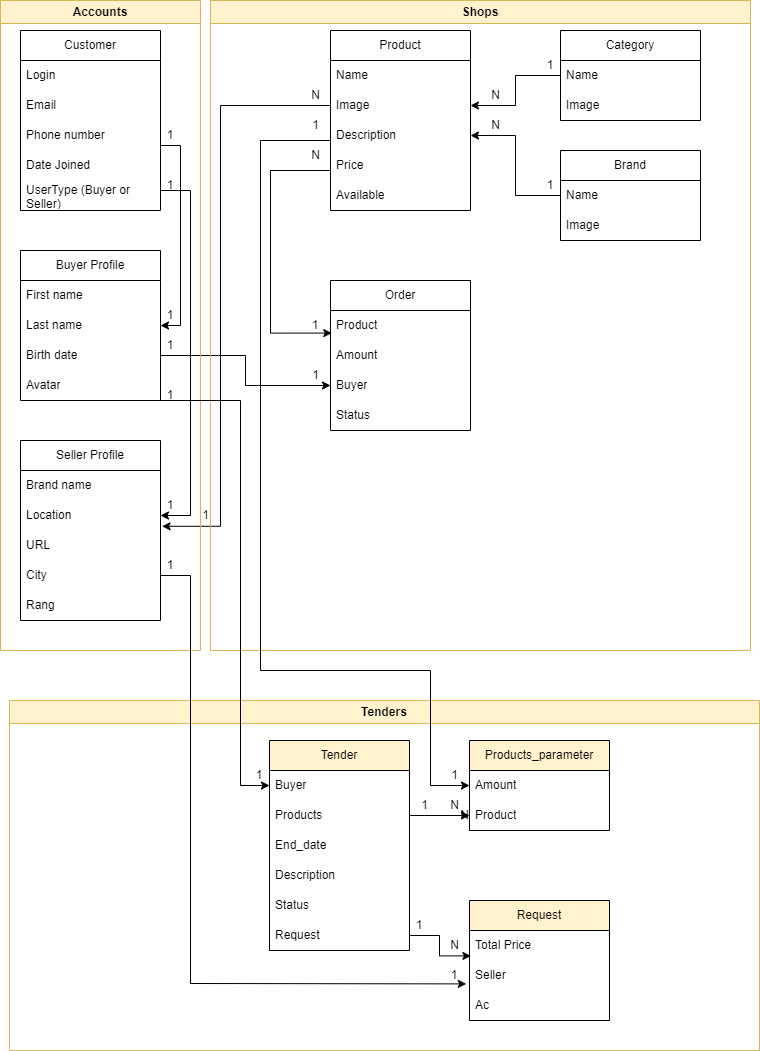
Above: docs/DataBaseGraph.drawio.png in pnakongit/MyMarket (draw.io), before the change. Source tidied: cells renumbered, new cells last; positions are measured from the earlier drawing's top-left corner, leaving out a move shared by most shapes.
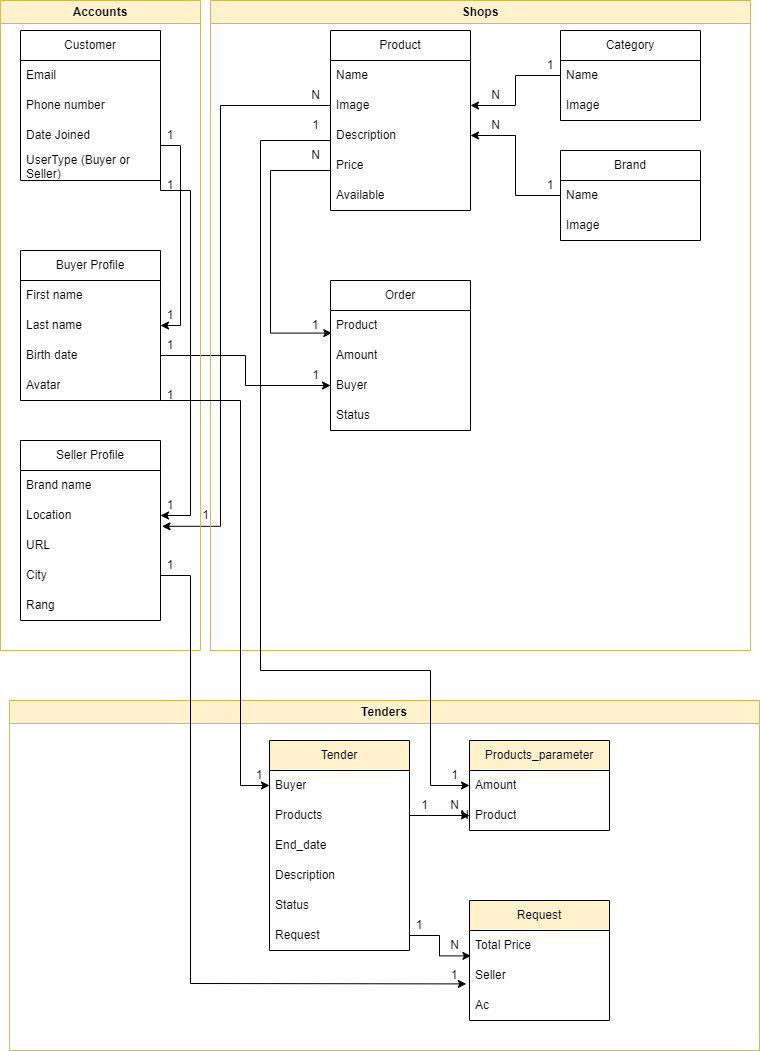
The same file after the commit.

Diff of the diagram source:
```diff
@@ -11,22 +11,19 @@
       </mxGeometry>
     </mxCell>
     <mxCell id="3" value="Customer" style="swimlane;fontStyle=0;horizontal=1;startSize=30;whiteSpace=wrap;html=1;" parent="1" vertex="1">
-      <mxGeometry x="20" y="30" width="140" height="180" as="geometry" />
+      <mxGeometry x="20" y="30" width="140" height="150" as="geometry" />
     </mxCell>
-    <mxCell id="4" value="Login&lt;br&gt;" style="text;strokeColor=none;fillColor=none;align=left;verticalAlign=middle;spacingLeft=4;spacingRight=4;overflow=hidden;whiteSpace=wrap;html=1;" parent="3" vertex="1">
-      <mxGeometry y="30" width="140" height="30" as="geometry" />
-    </mxCell>
     <mxCell id="5" value="Email" style="text;strokeColor=none;fillColor=none;align=left;verticalAlign=middle;spacingLeft=4;spacingRight=4;overflow=hidden;points=[[0,0.5],[1,0.5]];portConstraint=eastwest;whiteSpace=wrap;html=1;" parent="3" vertex="1">
-      <mxGeometry y="60" width="140" height="30" as="geometry" />
+      <mxGeometry y="30" width="140" height="30" as="geometry" />
     </mxCell>
     <mxCell id="6" value="Phone number" style="text;strokeColor=none;fillColor=none;align=left;verticalAlign=middle;spacingLeft=4;spacingRight=4;overflow=hidden;whiteSpace=wrap;html=1;" parent="3" vertex="1">
-      <mxGeometry y="90" width="140" height="30" as="geometry" />
+      <mxGeometry y="60" width="140" height="30" as="geometry" />
     </mxCell>
     <mxCell id="7" value="Date Joined" style="text;strokeColor=none;fillColor=none;align=left;verticalAlign=middle;spacingLeft=4;spacingRight=4;overflow=hidden;whiteSpace=wrap;html=1;" parent="3" vertex="1">
-      <mxGeometry y="120" width="140" height="30" as="geometry" />
+      <mxGeometry y="90" width="140" height="30" as="geometry" />
     </mxCell>
     <mxCell id="8" value="UserType (Buyer or Seller)" style="text;strokeColor=none;fillColor=none;align=left;verticalAlign=middle;spacingLeft=4;spacingRight=4;overflow=hidden;whiteSpace=wrap;html=1;" parent="3" vertex="1">
-      <mxGeometry y="150" width="140" height="30" as="geometry" />
+      <mxGeometry y="120" width="140" height="30" as="geometry" />
     </mxCell>
     <mxCell id="9" value="Buyer&amp;nbsp;Profile" style="swimlane;fontStyle=0;horizontal=1;startSize=30;whiteSpace=wrap;html=1;" parent="1" vertex="1">
       <mxGeometry x="20" y="250" width="140" height="150" as="geometry" />
```
